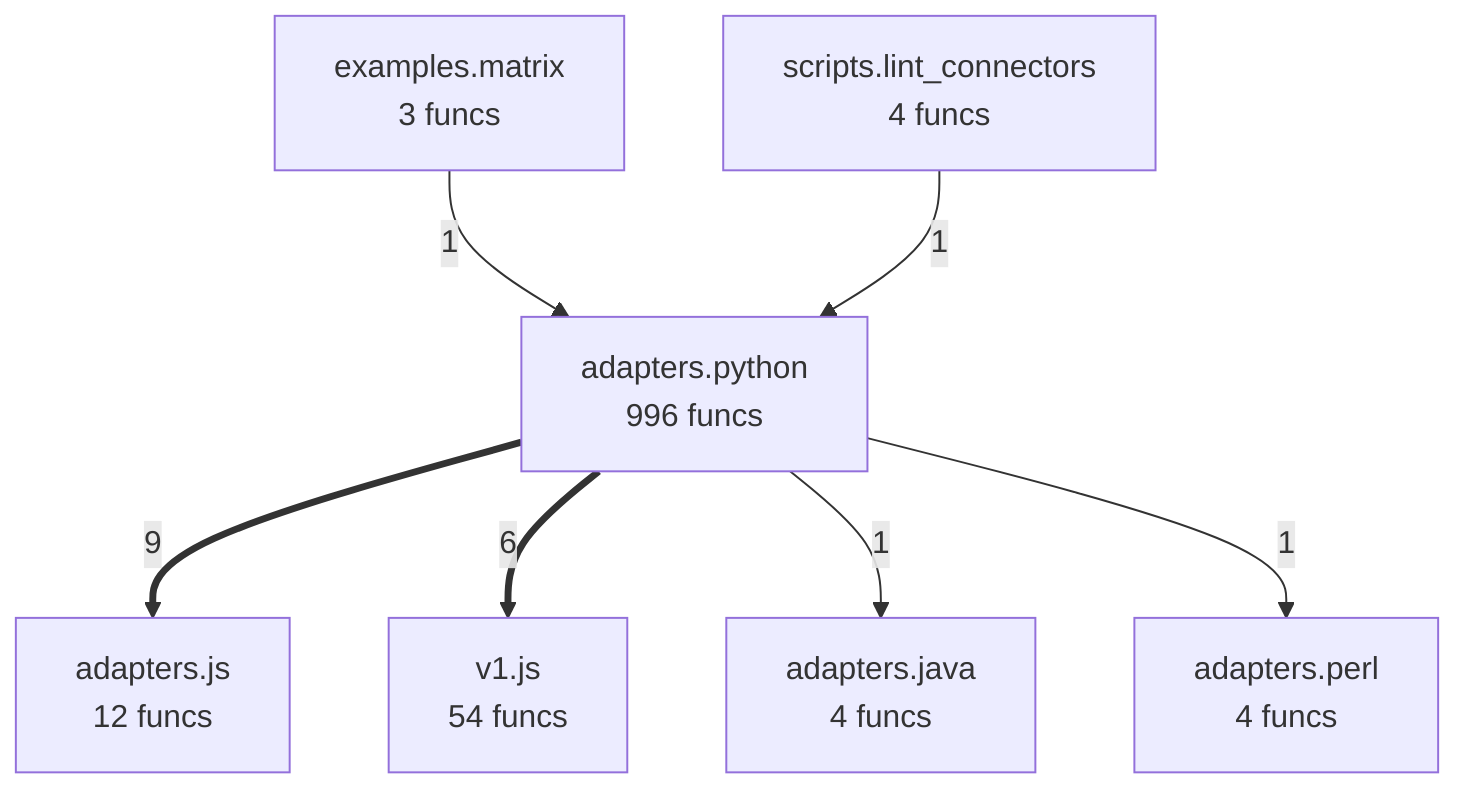
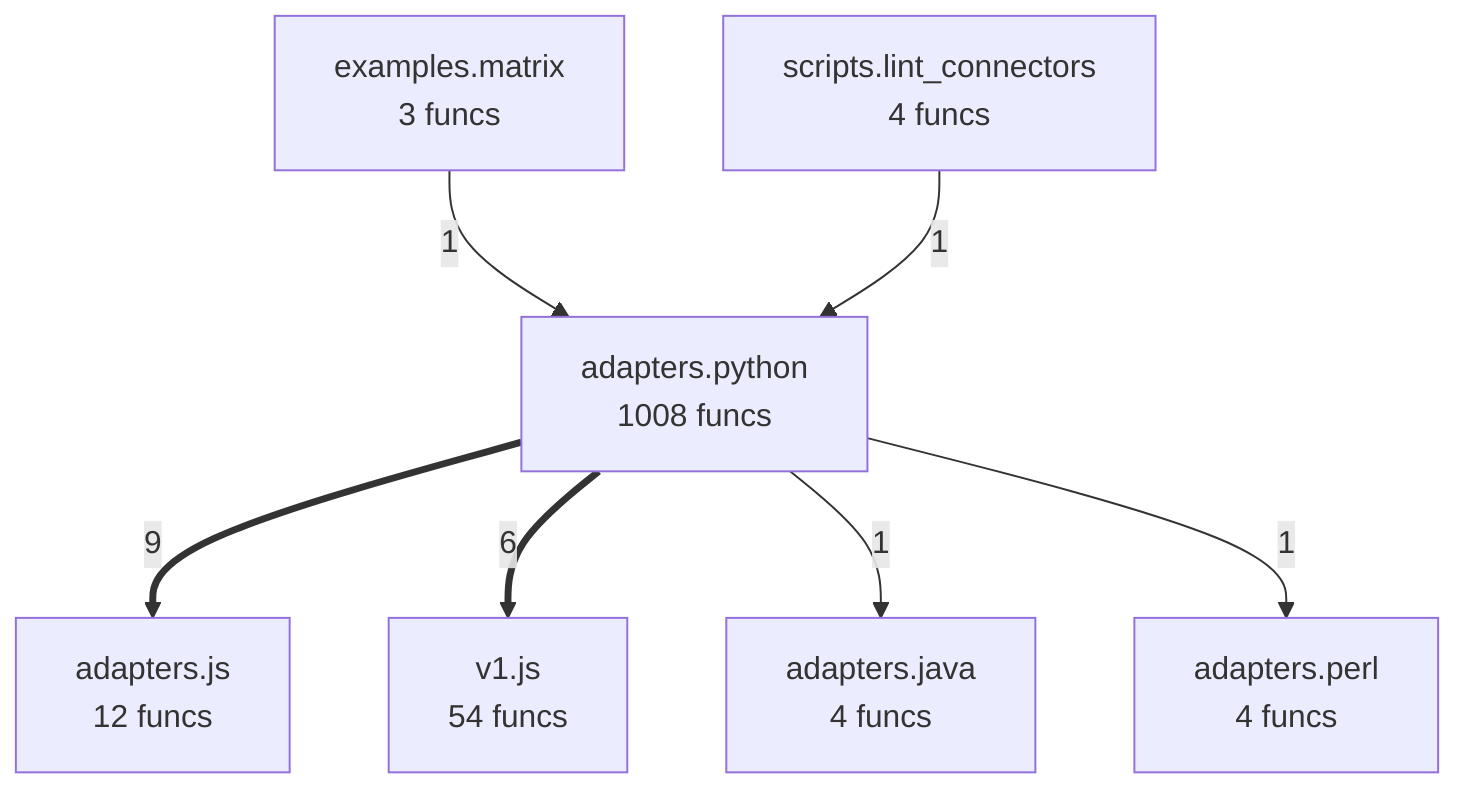
flowchart TD
- %% generated in 0.02s
+ %% generated in 0.03s
    adapters__java["adapters.java<br/>4 funcs"]
    adapters__js["adapters.js<br/>12 funcs"]
    adapters__perl["adapters.perl<br/>4 funcs"]
-     adapters__python["adapters.python<br/>996 funcs"]
+     adapters__python["adapters.python<br/>1008 funcs"]
    examples__matrix["examples.matrix<br/>3 funcs"]
    scripts__lint_connectors["scripts.lint_connectors<br/>4 funcs"]
    v1__js["v1.js<br/>54 funcs"]
    adapters__python ==>|9| adapters__js
    adapters__python ==>|6| v1__js
    examples__matrix -->|1| adapters__python
    scripts__lint_connectors -->|1| adapters__python
    adapters__python -->|1| adapters__java
    adapters__python -->|1| adapters__perl
